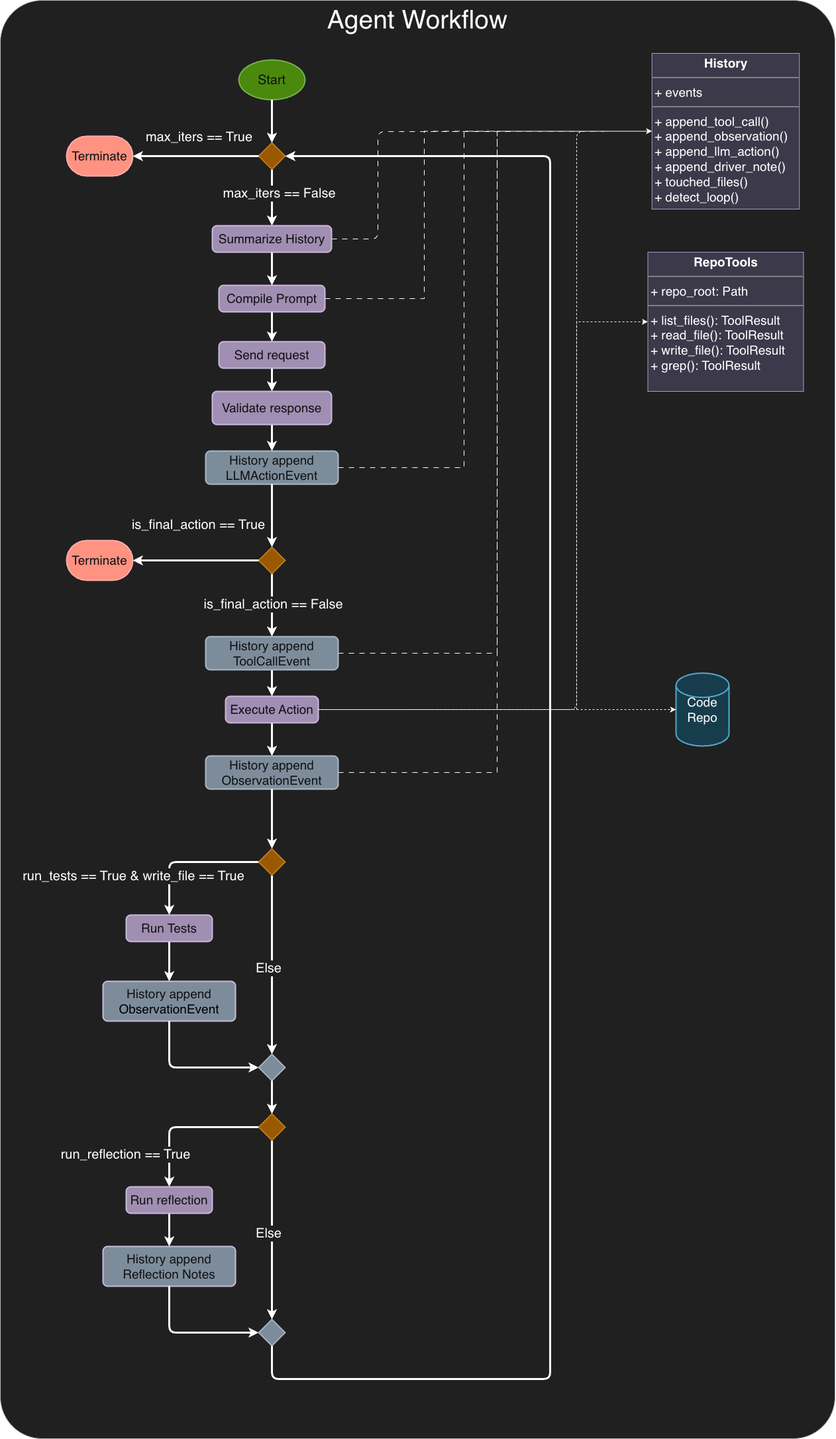
jbthejedi/llm-repo-agent keeps this draw.io diagram as blog_post/diagrams/agent_workflow.png. Above is the earlier version. Source tidied: cells renumbered, new cells last; positions are measured from the earlier drawing's top-left corner, leaving out a move shared by most shapes.
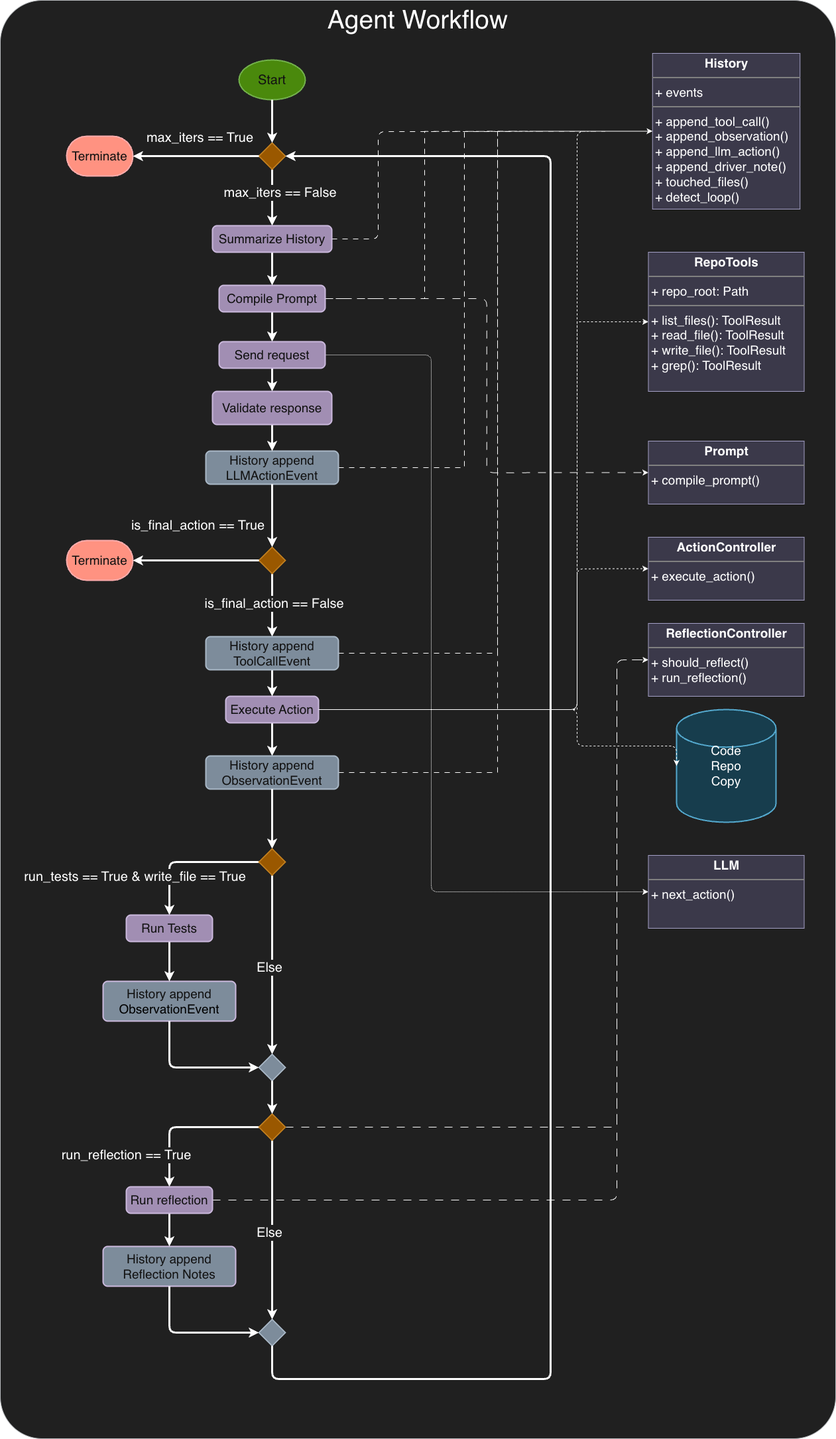
After the change.

What changed in the source:
```diff
@@ -27,12 +27,23 @@
     <mxCell id="7" style="edgeStyle=none;html=1;exitX=0.5;exitY=1;exitDx=0;exitDy=0;entryX=0.5;entryY=0;entryDx=0;entryDy=0;labelBackgroundColor=none;strokeWidth=3;" parent="1" edge="1" source="8" target="10">
       <mxGeometry relative="1" as="geometry" />
     </mxCell>
+    <mxCell id="67" style="edgeStyle=orthogonalEdgeStyle;html=1;exitX=1;exitY=0.5;exitDx=0;exitDy=0;entryX=0;entryY=0.5;entryDx=0;entryDy=0;dashed=1;dashPattern=12 12;" parent="1" edge="1" source="8" target="72">
+      <mxGeometry relative="1" as="geometry" />
+    </mxCell>
     <mxCell id="8" value="Compile Prompt" style="rounded=1;whiteSpace=wrap;html=1;absoluteArcSize=1;arcSize=14;strokeWidth=2;fontSize=19;fillColor=#76608a;fontColor=#ffffff;strokeColor=#432D57;labelBackgroundColor=none;" parent="1" vertex="1">
       <mxGeometry x="330" y="430" width="160" height="40" as="geometry" />
     </mxCell>
     <mxCell id="9" style="edgeStyle=none;html=1;exitX=0.5;exitY=1;exitDx=0;exitDy=0;entryX=0.5;entryY=0;entryDx=0;entryDy=0;labelBackgroundColor=none;strokeWidth=3;" parent="1" edge="1" source="10" target="41">
       <mxGeometry relative="1" as="geometry" />
     </mxCell>
+    <mxCell id="68" style="edgeStyle=orthogonalEdgeStyle;html=1;exitX=1;exitY=0.5;exitDx=0;exitDy=0;entryX=0;entryY=0.5;entryDx=0;entryDy=0;dashed=1;dashPattern=1 1;" parent="1" edge="1" source="10" target="75">
+      <mxGeometry relative="1" as="geometry">
+        <Array as="points">
+          <mxPoint x="650" y="535" />
+          <mxPoint x="650" y="1345" />
+        </Array>
+      </mxGeometry>
+    </mxCell>
     <mxCell id="10" value="Send request" style="rounded=1;whiteSpace=wrap;html=1;absoluteArcSize=1;arcSize=14;strokeWidth=2;fontSize=19;fillColor=#76608a;fontColor=#ffffff;strokeColor=#432D57;labelBackgroundColor=none;" parent="1" vertex="1">
       <mxGeometry x="330" y="515" width="160" height="40" as="geometry" />
     </mxCell>
@@ -57,6 +68,14 @@
         </Array>
       </mxGeometry>
     </mxCell>
+    <mxCell id="69" style="edgeStyle=orthogonalEdgeStyle;html=1;exitX=1;exitY=0.5;exitDx=0;exitDy=0;entryX=0;entryY=0.5;entryDx=0;entryDy=0;dashed=1;" parent="1" edge="1" source="16" target="73">
+      <mxGeometry relative="1" as="geometry">
+        <Array as="points">
+          <mxPoint x="870" y="1070" />
+          <mxPoint x="870" y="857" />
+        </Array>
+      </mxGeometry>
+    </mxCell>
     <mxCell id="16" value="Execute Action" style="rounded=1;whiteSpace=wrap;html=1;absoluteArcSize=1;arcSize=14;strokeWidth=2;fontSize=19;fillColor=#76608a;fontColor=#ffffff;strokeColor=#432D57;labelBackgroundColor=none;" parent="1" vertex="1">
       <mxGeometry x="340" y="1050" width="140" height="40" as="geometry" />
     </mxCell>
@@ -167,14 +186,19 @@
     <mxCell id="41" value="Validate response" style="rounded=1;whiteSpace=wrap;html=1;absoluteArcSize=1;arcSize=14;strokeWidth=2;fontSize=19;fillColor=#76608a;fontColor=#ffffff;strokeColor=#432D57;labelBackgroundColor=none;" parent="1" vertex="1">
       <mxGeometry x="320" y="590" width="180" height="50" as="geometry" />
     </mxCell>
-    <mxCell id="42" value="&lt;font style=&quot;font-size: 19px;&quot;&gt;Code&lt;/font&gt;&lt;div&gt;&lt;font style=&quot;font-size: 19px;&quot;&gt;Repo&lt;/font&gt;&lt;/div&gt;" style="strokeWidth=2;html=1;shape=mxgraph.flowchart.database;whiteSpace=wrap;fillColor=#b1ddf0;strokeColor=#10739e;labelBackgroundColor=none;" parent="1" vertex="1">
-      <mxGeometry x="1020" y="1015" width="80" height="110" as="geometry" />
+    <mxCell id="42" value="&lt;font style=&quot;font-size: 19px;&quot;&gt;Code&lt;/font&gt;&lt;div&gt;&lt;font style=&quot;font-size: 19px;&quot;&gt;Repo&lt;br&gt;Copy&lt;/font&gt;&lt;/div&gt;" style="strokeWidth=2;html=1;shape=mxgraph.flowchart.database;whiteSpace=wrap;fillColor=#b1ddf0;strokeColor=#10739e;labelBackgroundColor=none;" parent="1" vertex="1">
+      <mxGeometry x="1020" y="1070" width="150" height="170" as="geometry" />
     </mxCell>
     <mxCell id="43" value="&lt;p style=&quot;margin:0px;margin-top:4px;text-align:center;&quot;&gt;&lt;b&gt;RepoTools&lt;/b&gt;&lt;/p&gt;&lt;hr style=&quot;border-style:solid;&quot;&gt;&lt;p style=&quot;margin:0px;margin-left:4px;&quot;&gt;+ repo_root: Path&lt;/p&gt;&lt;hr style=&quot;border-style:solid;&quot;&gt;&lt;p style=&quot;margin:0px;margin-left:4px;&quot;&gt;+ list_files(): ToolResult&lt;/p&gt;&lt;p style=&quot;margin:0px;margin-left:4px;&quot;&gt;+ read_file(): ToolResult&lt;/p&gt;&lt;p style=&quot;margin:0px;margin-left:4px;&quot;&gt;+ write_file(): ToolResult&lt;/p&gt;&lt;p style=&quot;margin:0px;margin-left:4px;&quot;&gt;+ grep(): ToolResult&lt;/p&gt;" style="verticalAlign=top;align=left;overflow=fill;html=1;whiteSpace=wrap;fontSize=19;fillColor=#d0cee2;strokeColor=#56517e;labelBackgroundColor=none;" parent="1" vertex="1">
       <mxGeometry x="977.5" y="380" width="235" height="210" as="geometry" />
     </mxCell>
-    <mxCell id="44" style="edgeStyle=orthogonalEdgeStyle;html=1;exitX=1;exitY=0.5;exitDx=0;exitDy=0;entryX=0;entryY=0.5;entryDx=0;entryDy=0;entryPerimeter=0;dashed=1;rounded=0;curved=0;labelBackgroundColor=none;" parent="1" edge="1" source="16" target="42">
-      <mxGeometry relative="1" as="geometry" />
+    <mxCell id="44" style="edgeStyle=orthogonalEdgeStyle;html=1;exitX=1;exitY=0.5;exitDx=0;exitDy=0;entryX=0;entryY=0.5;entryDx=0;entryDy=0;entryPerimeter=0;dashed=1;rounded=1;curved=0;labelBackgroundColor=none;" parent="1" edge="1" source="16" target="42">
+      <mxGeometry relative="1" as="geometry">
+        <Array as="points">
+          <mxPoint x="870" y="1070" />
+          <mxPoint x="870" y="1125" />
+        </Array>
+      </mxGeometry>
     </mxCell>
     <mxCell id="45" style="edgeStyle=none;html=1;exitX=0.5;exitY=1;exitDx=0;exitDy=0;entryX=0.5;entryY=0;entryDx=0;entryDy=0;strokeWidth=3;" parent="1" edge="1" source="48" target="8">
       <mxGeometry relative="1" as="geometry" />
@@ -244,12 +268,28 @@
         <mxPoint x="-7" y="1" as="offset" />
       </mxGeometry>
     </mxCell>
+    <mxCell id="70" style="edgeStyle=orthogonalEdgeStyle;html=1;exitX=1;exitY=0.5;exitDx=0;exitDy=0;exitPerimeter=0;entryX=0;entryY=0.5;entryDx=0;entryDy=0;dashed=1;dashPattern=12 12;" parent="1" edge="1" source="61" target="74">
+      <mxGeometry relative="1" as="geometry">
+        <Array as="points">
+          <mxPoint x="930" y="1700" />
+          <mxPoint x="930" y="995" />
+        </Array>
+      </mxGeometry>
+    </mxCell>
     <mxCell id="61" style="strokeWidth=2;html=1;shape=mxgraph.flowchart.decision;whiteSpace=wrap;fontSize=19;fillColor=#f0a30a;strokeColor=#BD7000;fontColor=#000000;labelBackgroundColor=none;" parent="1" vertex="1">
       <mxGeometry x="390" y="1680" width="40" height="40" as="geometry" />
     </mxCell>
     <mxCell id="62" style="edgeStyle=none;html=1;exitX=0.5;exitY=1;exitDx=0;exitDy=0;entryX=0.5;entryY=0;entryDx=0;entryDy=0;strokeWidth=3;" parent="1" edge="1" source="63" target="57">
       <mxGeometry relative="1" as="geometry" />
     </mxCell>
+    <mxCell id="71" style="edgeStyle=orthogonalEdgeStyle;html=1;exitX=1;exitY=0.5;exitDx=0;exitDy=0;entryX=0;entryY=0.5;entryDx=0;entryDy=0;dashed=1;dashPattern=12 12;" parent="1" edge="1" source="63" target="74">
+      <mxGeometry relative="1" as="geometry">
+        <Array as="points">
+          <mxPoint x="930" y="1810" />
+          <mxPoint x="930" y="995" />
+        </Array>
+      </mxGeometry>
+    </mxCell>
     <mxCell id="63" value="Run reflection" style="rounded=1;whiteSpace=wrap;html=1;absoluteArcSize=1;arcSize=14;strokeWidth=2;fontSize=19;fillColor=light-dark(#76608A,#A18EB3);fontColor=#ffffff;strokeColor=#432D57;labelBackgroundColor=none;" parent="1" vertex="1">
       <mxGeometry x="190" y="1790" width="130" height="40" as="geometry" />
     </mxCell>
@@ -272,5 +312,17 @@
         </Array>
       </mxGeometry>
     </mxCell>
+    <mxCell id="72" value="&lt;p style=&quot;margin:0px;margin-top:4px;text-align:center;&quot;&gt;&lt;b&gt;Prompt&lt;/b&gt;&lt;/p&gt;&lt;hr style=&quot;border-style:solid;&quot;&gt;&lt;p style=&quot;margin:0px;margin-left:4px;&quot;&gt;+ compile_prompt()&lt;/p&gt;" style="verticalAlign=top;align=left;overflow=fill;html=1;whiteSpace=wrap;fontSize=19;fillColor=#d0cee2;strokeColor=#56517e;labelBackgroundColor=none;" parent="1" vertex="1">
+      <mxGeometry x="977.5" y="665" width="235" height="95" as="geometry" />
+    </mxCell>
+    <mxCell id="73" value="&lt;p style=&quot;margin:0px;margin-top:4px;text-align:center;&quot;&gt;&lt;b&gt;ActionController&lt;/b&gt;&lt;/p&gt;&lt;hr style=&quot;border-style:solid;&quot;&gt;&lt;p style=&quot;margin:0px;margin-left:4px;&quot;&gt;+ execute_action()&lt;/p&gt;" style="verticalAlign=top;align=left;overflow=fill;html=1;whiteSpace=wrap;fontSize=19;fillColor=#d0cee2;strokeColor=#56517e;labelBackgroundColor=none;" parent="1" vertex="1">
+      <mxGeometry x="977.5" y="810" width="235" height="95" as="geometry" />
+    </mxCell>
+    <mxCell id="74" value="&lt;p style=&quot;margin:0px;margin-top:4px;text-align:center;&quot;&gt;&lt;b&gt;ReflectionController&lt;/b&gt;&lt;/p&gt;&lt;hr style=&quot;border-style:solid;&quot;&gt;&lt;p style=&quot;margin:0px;margin-left:4px;&quot;&gt;+ should_reflect()&lt;/p&gt;&lt;p style=&quot;margin:0px;margin-left:4px;&quot;&gt;+ run_reflection()&lt;/p&gt;" style="verticalAlign=top;align=left;overflow=fill;html=1;whiteSpace=wrap;fontSize=19;fillColor=#d0cee2;strokeColor=#56517e;labelBackgroundColor=none;" parent="1" vertex="1">
+      <mxGeometry x="977.5" y="940" width="235" height="110" as="geometry" />
+    </mxCell>
+    <mxCell id="75" value="&lt;p style=&quot;margin:0px;margin-top:4px;text-align:center;&quot;&gt;&lt;b&gt;LLM&lt;/b&gt;&lt;/p&gt;&lt;hr style=&quot;border-style:solid;&quot;&gt;&lt;p style=&quot;margin:0px;margin-left:4px;&quot;&gt;+ next_action()&lt;/p&gt;" style="verticalAlign=top;align=left;overflow=fill;html=1;whiteSpace=wrap;fontSize=19;fillColor=#d0cee2;strokeColor=#56517e;labelBackgroundColor=none;" parent="1" vertex="1">
+      <mxGeometry x="977.5" y="1290" width="235" height="110" as="geometry" />
+    </mxCell>
   </root>
 </mxGraphModel>
```
